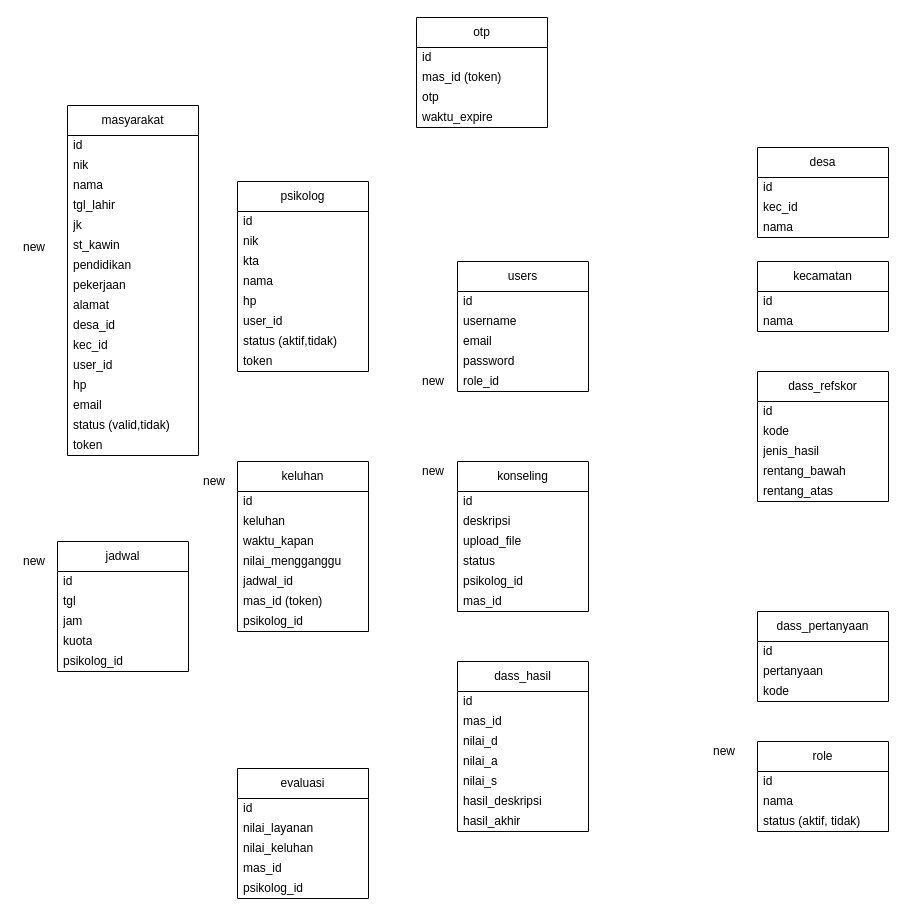
zeneight/drawio keeps this draw.io diagram as env_designs/erd_dmb.drawio. Above is the earlier version. Source tidied: cells renumbered, new cells numbered last; positions are measured from the earlier drawing's top-left corner, leaving out a move shared by most shapes. Both pictures are drawn from the tidied source at 100%, with x=0, y=0 at pixel (17, 17).
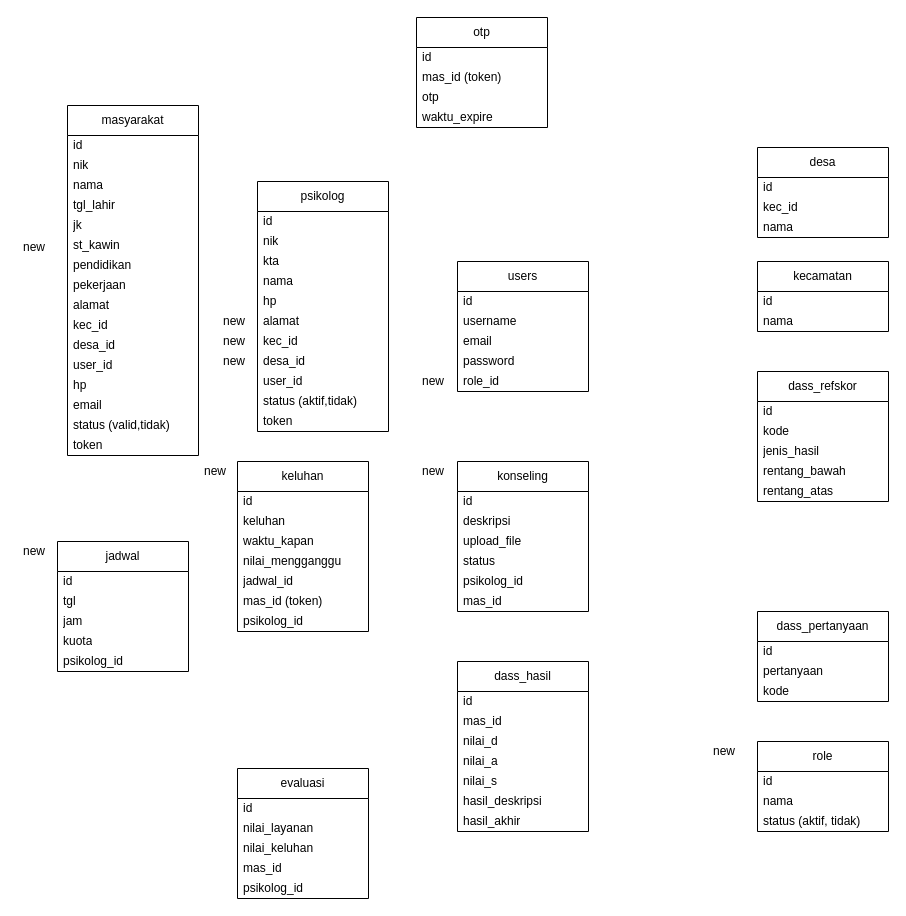
The same page after the edit.

Unchanged cells that the change refers to:
```xml
<mxCell id="2" value="masyarakat" style="swimlane;fontStyle=0;horizontal=1;startSize=30;whiteSpace=wrap;html=1;" parent="1" vertex="1">
  <mxGeometry x="50" y="88" width="131" height="350" as="geometry" />
</mxCell>
```

What changed in the source:
```diff
@@
+    <mxCell id="13" value="kec_id" style="text;strokeColor=none;fillColor=none;align=left;verticalAlign=middle;spacingLeft=4;spacingRight=4;overflow=hidden;whiteSpace=wrap;html=1;" parent="2" vertex="1">
+      <mxGeometry y="210" width="131" height="20" as="geometry" />
+    </mxCell>
     <mxCell id="12" value="desa_id" style="text;strokeColor=none;fillColor=none;align=left;verticalAlign=middle;spacingLeft=4;spacingRight=4;overflow=hidden;whiteSpace=wrap;html=1;" parent="2" vertex="1">
-      <mxGeometry y="210" width="131" height="20" as="geometry" />
+      <mxGeometry y="230" width="131" height="20" as="geometry" />
     </mxCell>
-    <mxCell id="13" value="kec_id" style="text;strokeColor=none;fillColor=none;align=left;verticalAlign=middle;spacingLeft=4;spacingRight=4;overflow=hidden;whiteSpace=wrap;html=1;" parent="2" vertex="1">
-      <mxGeometry y="230" width="131" height="20" as="geometry" />
-    </mxCell>
@@
     <mxCell id="19" value="psikolog" style="swimlane;fontStyle=0;horizontal=1;startSize=30;whiteSpace=wrap;html=1;" parent="1" vertex="1">
-      <mxGeometry x="220" y="164" width="131" height="190" as="geometry" />
+      <mxGeometry x="240" y="164" width="131" height="250" as="geometry" />
     </mxCell>
@@
+    <mxCell id="101" value="alamat" style="text;strokeColor=none;fillColor=none;align=left;verticalAlign=middle;spacingLeft=4;spacingRight=4;overflow=hidden;whiteSpace=wrap;html=1;" parent="19" vertex="1">
+      <mxGeometry y="130" width="131" height="20" as="geometry" />
+    </mxCell>
+    <mxCell id="102" value="kec_id" style="text;strokeColor=none;fillColor=none;align=left;verticalAlign=middle;spacingLeft=4;spacingRight=4;overflow=hidden;whiteSpace=wrap;html=1;" parent="19" vertex="1">
+      <mxGeometry y="150" width="131" height="20" as="geometry" />
+    </mxCell>
+    <mxCell id="103" value="desa_id" style="text;strokeColor=none;fillColor=none;align=left;verticalAlign=middle;spacingLeft=4;spacingRight=4;overflow=hidden;whiteSpace=wrap;html=1;" parent="19" vertex="1">
+      <mxGeometry y="170" width="131" height="20" as="geometry" />
+    </mxCell>
     <mxCell id="25" value="user_id" style="text;strokeColor=none;fillColor=none;align=left;verticalAlign=middle;spacingLeft=4;spacingRight=4;overflow=hidden;whiteSpace=wrap;html=1;" parent="19" vertex="1">
-      <mxGeometry y="130" width="131" height="20" as="geometry" />
+      <mxGeometry y="190" width="131" height="20" as="geometry" />
     </mxCell>
     <mxCell id="26" value="status (aktif,tidak)" style="text;strokeColor=none;fillColor=none;align=left;verticalAlign=middle;spacingLeft=4;spacingRight=4;overflow=hidden;whiteSpace=wrap;html=1;" parent="19" vertex="1">
-      <mxGeometry y="150" width="131" height="20" as="geometry" />
+      <mxGeometry y="210" width="131" height="20" as="geometry" />
     </mxCell>
     <mxCell id="27" value="token" style="text;strokeColor=none;fillColor=none;align=left;verticalAlign=middle;spacingLeft=4;spacingRight=4;overflow=hidden;whiteSpace=wrap;html=1;" parent="19" vertex="1">
-      <mxGeometry y="170" width="131" height="20" as="geometry" />
+      <mxGeometry y="230" width="131" height="20" as="geometry" />
     </mxCell>
@@
     <mxCell id="92" value="new" style="text;strokeColor=none;fillColor=none;align=left;verticalAlign=middle;spacingLeft=4;spacingRight=4;overflow=hidden;whiteSpace=wrap;html=1;" parent="1" vertex="1">
-      <mxGeometry x="180" y="454" width="50" height="20" as="geometry" />
+      <mxGeometry x="181" y="444" width="50" height="20" as="geometry" />
     </mxCell>
     <mxCell id="93" value="new" style="text;strokeColor=none;fillColor=none;align=left;verticalAlign=middle;spacingLeft=4;spacingRight=4;overflow=hidden;whiteSpace=wrap;html=1;" parent="1" vertex="1">
-      <mxGeometry y="534" width="50" height="20" as="geometry" />
+      <mxGeometry y="524" width="50" height="20" as="geometry" />
     </mxCell>
@@
+    <mxCell id="104" value="new" style="text;strokeColor=none;fillColor=none;align=left;verticalAlign=middle;spacingLeft=4;spacingRight=4;overflow=hidden;whiteSpace=wrap;html=1;" parent="1" vertex="1">
+      <mxGeometry x="200" y="294" width="50" height="20" as="geometry" />
+    </mxCell>
+    <mxCell id="105" value="new" style="text;strokeColor=none;fillColor=none;align=left;verticalAlign=middle;spacingLeft=4;spacingRight=4;overflow=hidden;whiteSpace=wrap;html=1;" parent="1" vertex="1">
+      <mxGeometry x="200" y="314" width="50" height="20" as="geometry" />
+    </mxCell>
+    <mxCell id="106" value="new" style="text;strokeColor=none;fillColor=none;align=left;verticalAlign=middle;spacingLeft=4;spacingRight=4;overflow=hidden;whiteSpace=wrap;html=1;" parent="1" vertex="1">
+      <mxGeometry x="200" y="334" width="50" height="20" as="geometry" />
+    </mxCell>
```
